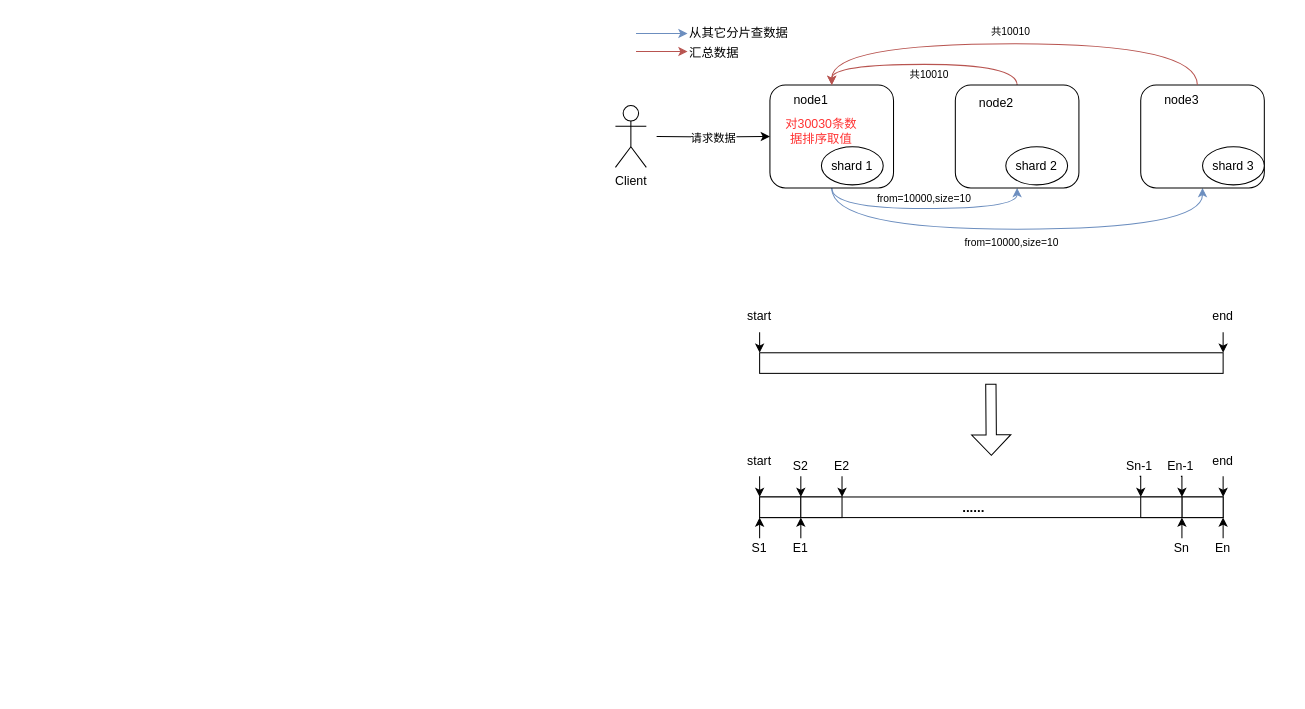
This is elasticsearch.drawio from zhufuyin/draw, a draw.io file, before an edit. Source tidied: cells renumbered, new cells numbered last; positions are measured from the earlier drawing's top-left corner, leaving out a move shared by most shapes. Both pictures are drawn from the tidied source at 103%, with x=0, y=0 at pixel (563, 18).
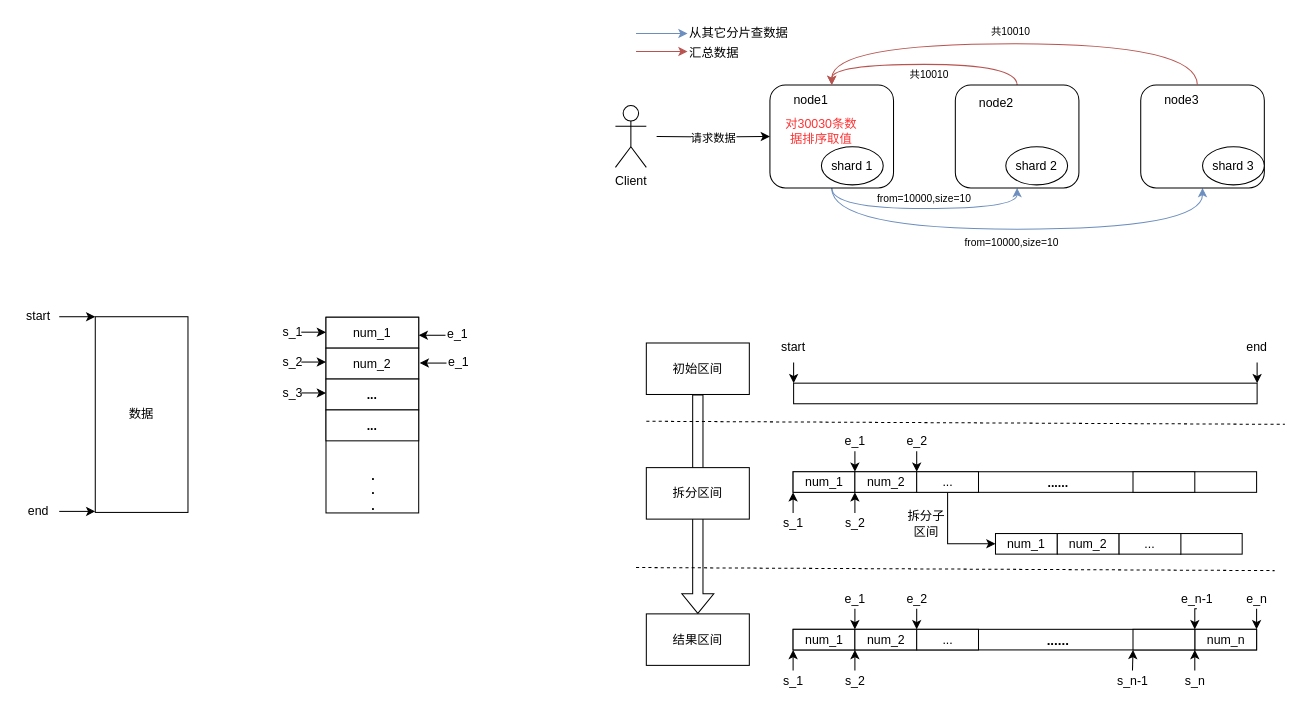
The same diagram, later.

Change to the diagram source:
```diff
@@
     <mxCell id="29" style="rounded=0;whiteSpace=wrap;html=1;" parent="1" vertex="1">
-      <mxGeometry x="190" y="325" width="450" height="20" as="geometry" />
+      <mxGeometry x="223" y="354.5" width="450" height="20" as="geometry" />
     </mxCell>
@@
     <mxCell id="31" value="start" style="text;html=1;strokeColor=none;fillColor=none;align=center;verticalAlign=middle;whiteSpace=wrap;rounded=0;" parent="1" vertex="1">
-      <mxGeometry x="160" y="275" width="60" height="30" as="geometry" />
+      <mxGeometry x="193" y="304.5" width="60" height="30" as="geometry" />
     </mxCell>
@@
     <mxCell id="33" value="end" style="text;html=1;strokeColor=none;fillColor=none;align=center;verticalAlign=middle;whiteSpace=wrap;rounded=0;" parent="1" vertex="1">
-      <mxGeometry x="610" y="275" width="60" height="30" as="geometry" />
+      <mxGeometry x="643" y="304.5" width="60" height="30" as="geometry" />
     </mxCell>
     <mxCell id="34" style="rounded=0;whiteSpace=wrap;html=1;" parent="1" vertex="1">
-      <mxGeometry x="190" y="465" width="450" height="20" as="geometry" />
+      <mxGeometry x="222.5" y="593.5" width="450" height="20" as="geometry" />
     </mxCell>
-    <mxCell id="35" style="edgeStyle=orthogonalEdgeStyle;rounded=0;jettySize=auto;html=1;exitX=0.5;exitY=1;exitDx=0;exitDy=0;entryX=0;entryY=0;entryDx=0;entryDy=0;" parent="1" edge="1" source="36" target="34">
-      <mxGeometry relative="1" as="geometry" />
-    </mxCell>
-    <mxCell id="36" value="start" style="text;html=1;strokeColor=none;fillColor=none;align=center;verticalAlign=middle;whiteSpace=wrap;rounded=0;" parent="1" vertex="1">
-      <mxGeometry x="160" y="415" width="60" height="30" as="geometry" />
-    </mxCell>
@@
-    <mxCell id="38" value="end" style="text;html=1;strokeColor=none;fillColor=none;align=center;verticalAlign=middle;whiteSpace=wrap;rounded=0;" parent="1" vertex="1">
-      <mxGeometry x="610" y="415" width="60" height="30" as="geometry" />
+    <mxCell id="38" value="e_n" style="text;html=1;strokeColor=none;fillColor=none;align=center;verticalAlign=middle;whiteSpace=wrap;rounded=0;" parent="1" vertex="1">
+      <mxGeometry x="642.5" y="553.5" width="60" height="20" as="geometry" />
     </mxCell>
-    <mxCell id="39" style="rounded=0;whiteSpace=wrap;html=1;" parent="1" vertex="1">
-      <mxGeometry x="190" y="465" width="40" height="20" as="geometry" />
+    <mxCell id="39" value="num_1" style="rounded=0;whiteSpace=wrap;html=1;" parent="1" vertex="1">
+      <mxGeometry x="222.5" y="593.5" width="60" height="20" as="geometry" />
     </mxCell>
@@
-    <mxCell id="41" value="S1" style="text;html=1;strokeColor=none;fillColor=none;align=center;verticalAlign=middle;whiteSpace=wrap;rounded=0;" parent="1" vertex="1">
-      <mxGeometry x="175" y="505" width="30" height="20" as="geometry" />
+    <mxCell id="41" value="s_1" style="text;html=1;strokeColor=none;fillColor=none;align=center;verticalAlign=middle;whiteSpace=wrap;rounded=0;" parent="1" vertex="1">
+      <mxGeometry x="207.5" y="633.5" width="30" height="20" as="geometry" />
     </mxCell>
     <mxCell id="42" style="edgeStyle=orthogonalEdgeStyle;rounded=0;jettySize=auto;html=1;exitX=0.5;exitY=0;exitDx=0;exitDy=0;entryX=0;entryY=1;entryDx=0;entryDy=0;" parent="1" edge="1" source="43">
       <mxGeometry relative="1" as="geometry">
-        <mxPoint x="230" y="485" as="targetPoint" />
+        <mxPoint x="282.5" y="613.5" as="targetPoint" />
       </mxGeometry>
     </mxCell>
-    <mxCell id="43" value="E1" style="text;html=1;strokeColor=none;fillColor=none;align=center;verticalAlign=middle;whiteSpace=wrap;rounded=0;" parent="1" vertex="1">
-      <mxGeometry x="215" y="505" width="30" height="20" as="geometry" />
+    <mxCell id="43" value="s_2" style="text;html=1;strokeColor=none;fillColor=none;align=center;verticalAlign=middle;whiteSpace=wrap;rounded=0;" parent="1" vertex="1">
+      <mxGeometry x="267.5" y="633.5" width="30" height="20" as="geometry" />
     </mxCell>
-    <mxCell id="44" style="rounded=0;whiteSpace=wrap;html=1;" parent="1" vertex="1">
-      <mxGeometry x="230" y="465" width="40" height="20" as="geometry" />
+    <mxCell id="44" value="num_2" style="rounded=0;whiteSpace=wrap;html=1;" parent="1" vertex="1">
+      <mxGeometry x="282.5" y="593.5" width="60" height="20" as="geometry" />
     </mxCell>
     <mxCell id="45" style="edgeStyle=orthogonalEdgeStyle;rounded=0;jettySize=auto;html=1;exitX=0.5;exitY=1;exitDx=0;exitDy=0;entryX=0;entryY=0;entryDx=0;entryDy=0;" parent="1" edge="1" source="46">
       <mxGeometry relative="1" as="geometry">
-        <mxPoint x="230" y="465" as="targetPoint" />
+        <mxPoint x="282.5" y="593.5" as="targetPoint" />
       </mxGeometry>
     </mxCell>
-    <mxCell id="46" value="S2" style="text;html=1;strokeColor=none;fillColor=none;align=center;verticalAlign=middle;whiteSpace=wrap;rounded=0;" parent="1" vertex="1">
-      <mxGeometry x="220" y="425" width="20" height="20" as="geometry" />
+    <mxCell id="46" value="e_1" style="text;html=1;strokeColor=none;fillColor=none;align=center;verticalAlign=middle;whiteSpace=wrap;rounded=0;" parent="1" vertex="1">
+      <mxGeometry x="272.5" y="553.5" width="20" height="20" as="geometry" />
     </mxCell>
     <mxCell id="47" style="edgeStyle=orthogonalEdgeStyle;rounded=0;jettySize=auto;html=1;exitX=0.5;exitY=1;exitDx=0;exitDy=0;entryX=0;entryY=0;entryDx=0;entryDy=0;" parent="1" edge="1" source="48">
       <mxGeometry relative="1" as="geometry">
-        <mxPoint x="270" y="465" as="targetPoint" />
+        <mxPoint x="342.5" y="593.5" as="targetPoint" />
       </mxGeometry>
     </mxCell>
-    <mxCell id="48" value="E2" style="text;html=1;strokeColor=none;fillColor=none;align=center;verticalAlign=middle;whiteSpace=wrap;rounded=0;" parent="1" vertex="1">
-      <mxGeometry x="260" y="425" width="20" height="20" as="geometry" />
+    <mxCell id="48" value="e_2" style="text;html=1;strokeColor=none;fillColor=none;align=center;verticalAlign=middle;whiteSpace=wrap;rounded=0;" parent="1" vertex="1">
+      <mxGeometry x="332.5" y="553.5" width="20" height="20" as="geometry" />
     </mxCell>
-    <mxCell id="49" style="rounded=0;whiteSpace=wrap;html=1;" parent="1" vertex="1">
-      <mxGeometry x="600" y="465" width="40" height="20" as="geometry" />
+    <mxCell id="49" value="num_n" style="rounded=0;whiteSpace=wrap;html=1;" parent="1" vertex="1">
+      <mxGeometry x="612.5" y="593.5" width="60" height="20" as="geometry" />
     </mxCell>
     <mxCell id="50" style="edgeStyle=orthogonalEdgeStyle;rounded=0;jettySize=auto;html=1;exitX=0.5;exitY=0;exitDx=0;exitDy=0;entryX=0;entryY=1;entryDx=0;entryDy=0;" parent="1" edge="1" source="51">
       <mxGeometry relative="1" as="geometry">
-        <mxPoint x="600" y="485" as="targetPoint" />
+        <mxPoint x="612.5" y="613.5" as="targetPoint" />
       </mxGeometry>
     </mxCell>
-    <mxCell id="51" value="Sn" style="text;html=1;strokeColor=none;fillColor=none;align=center;verticalAlign=middle;whiteSpace=wrap;rounded=0;" parent="1" vertex="1">
-      <mxGeometry x="585" y="505" width="30" height="20" as="geometry" />
+    <mxCell id="51" value="s_n" style="text;html=1;strokeColor=none;fillColor=none;align=center;verticalAlign=middle;whiteSpace=wrap;rounded=0;" parent="1" vertex="1">
+      <mxGeometry x="597.5" y="633.5" width="30" height="20" as="geometry" />
     </mxCell>
-    <mxCell id="52" style="edgeStyle=orthogonalEdgeStyle;rounded=0;jettySize=auto;html=1;exitX=0.5;exitY=0;exitDx=0;exitDy=0;entryX=0;entryY=1;entryDx=0;entryDy=0;" parent="1" edge="1" source="53">
-      <mxGeometry relative="1" as="geometry">
-        <mxPoint x="640" y="485" as="targetPoint" />
-      </mxGeometry>
-    </mxCell>
-    <mxCell id="53" value="En" style="text;html=1;strokeColor=none;fillColor=none;align=center;verticalAlign=middle;whiteSpace=wrap;rounded=0;" parent="1" vertex="1">
-      <mxGeometry x="625" y="505" width="30" height="20" as="geometry" />
-    </mxCell>
     <mxCell id="54" value="&lt;b&gt;......&lt;/b&gt;" style="text;html=1;strokeColor=none;fillColor=none;align=center;verticalAlign=middle;whiteSpace=wrap;rounded=0;fontSize=13;" parent="1" vertex="1">
-      <mxGeometry x="368" y="460" width="60" height="30" as="geometry" />
+      <mxGeometry x="450" y="588.5" width="60" height="30" as="geometry" />
     </mxCell>
-    <mxCell id="55" style="shape=flexArrow;endArrow=classic;html=1;rounded=0;endWidth=27;endSize=6.27;" parent="1" edge="1">
-      <mxGeometry relative="1" as="geometry">
-        <mxPoint x="414.5" y="355" as="sourcePoint" />
-        <mxPoint x="415" y="425" as="targetPoint" />
-      </mxGeometry>
-    </mxCell>
     <mxCell id="56" style="edgeStyle=orthogonalEdgeStyle;rounded=0;jettySize=auto;html=1;exitX=0.5;exitY=1;exitDx=0;exitDy=0;entryX=0;entryY=0;entryDx=0;entryDy=0;" parent="1" edge="1" source="57">
       <mxGeometry relative="1" as="geometry">
-        <mxPoint x="600" y="465" as="targetPoint" />
+        <mxPoint x="612.5" y="593.5" as="targetPoint" />
       </mxGeometry>
     </mxCell>
-    <mxCell id="57" value="En-1" style="text;html=1;strokeColor=none;fillColor=none;align=center;verticalAlign=middle;whiteSpace=wrap;rounded=0;" parent="1" vertex="1">
-      <mxGeometry x="584" y="425" width="30" height="20" as="geometry" />
+    <mxCell id="57" value="e_n-1" style="text;html=1;strokeColor=none;fillColor=none;align=center;verticalAlign=middle;whiteSpace=wrap;rounded=0;" parent="1" vertex="1">
+      <mxGeometry x="596.5" y="553.5" width="36" height="20" as="geometry" />
     </mxCell>
     <mxCell id="58" style="rounded=0;whiteSpace=wrap;html=1;" parent="1" vertex="1">
-      <mxGeometry x="560" y="465" width="40" height="20" as="geometry" />
+      <mxGeometry x="552.5" y="593.5" width="60" height="20" as="geometry" />
     </mxCell>
-    <mxCell id="59" style="edgeStyle=orthogonalEdgeStyle;rounded=0;jettySize=auto;html=1;exitX=0.5;exitY=1;exitDx=0;exitDy=0;entryX=0;entryY=0;entryDx=0;entryDy=0;" parent="1" edge="1" source="60">
-      <mxGeometry relative="1" as="geometry">
-        <mxPoint x="560" y="465" as="targetPoint" />
-      </mxGeometry>
-    </mxCell>
-    <mxCell id="60" value="Sn-1" style="text;html=1;strokeColor=none;fillColor=none;align=center;verticalAlign=middle;whiteSpace=wrap;rounded=0;" parent="1" vertex="1">
-      <mxGeometry x="544" y="425" width="30" height="20" as="geometry" />
-    </mxCell>
+    <mxCell id="61" value="数据" style="rounded=0;whiteSpace=wrap;html=1;" parent="1" vertex="1">
+      <mxGeometry x="-455" y="290" width="90" height="190" as="geometry" />
+    </mxCell>
+    <mxCell id="62" style="edgeStyle=orthogonalEdgeStyle;rounded=0;jettySize=auto;html=1;exitX=1;exitY=0.5;exitDx=0;exitDy=0;entryX=0;entryY=0;entryDx=0;entryDy=0;" parent="1" edge="1" source="36" target="61">
+      <mxGeometry relative="1" as="geometry" />
+    </mxCell>
+    <mxCell id="36" value="start" style="text;html=1;strokeColor=none;fillColor=none;align=center;verticalAlign=middle;whiteSpace=wrap;rounded=0;" parent="1" vertex="1">
+      <mxGeometry x="-530" y="275" width="40" height="30" as="geometry" />
+    </mxCell>
+    <mxCell id="63" style="edgeStyle=orthogonalEdgeStyle;rounded=0;jettySize=auto;html=1;exitX=1;exitY=0.5;exitDx=0;exitDy=0;entryX=0;entryY=0;entryDx=0;entryDy=0;" parent="1" edge="1" source="64">
+      <mxGeometry relative="1" as="geometry">
+        <mxPoint x="-455" y="479" as="targetPoint" />
+      </mxGeometry>
+    </mxCell>
+    <mxCell id="64" value="end" style="text;html=1;strokeColor=none;fillColor=none;align=center;verticalAlign=middle;whiteSpace=wrap;rounded=0;" parent="1" vertex="1">
+      <mxGeometry x="-530" y="464" width="40" height="30" as="geometry" />
+    </mxCell>
+    <mxCell id="65" style="rounded=0;whiteSpace=wrap;html=1;" parent="1" vertex="1">
+      <mxGeometry x="-231" y="290.5" width="90" height="190" as="geometry" />
+    </mxCell>
+    <mxCell id="66" value="num_1" style="rounded=0;whiteSpace=wrap;html=1;" parent="1" vertex="1">
+      <mxGeometry x="-231" y="290.5" width="90" height="30" as="geometry" />
+    </mxCell>
+    <mxCell id="67" value="e_1" style="text;html=1;strokeColor=none;fillColor=none;align=center;verticalAlign=middle;whiteSpace=wrap;rounded=0;" parent="1" vertex="1">
+      <mxGeometry x="-115" y="297" width="24" height="20" as="geometry" />
+    </mxCell>
+    <mxCell id="68" style="edgeStyle=orthogonalEdgeStyle;rounded=0;orthogonalLoop=1;jettySize=auto;html=1;entryX=1;entryY=0.118;entryDx=0;entryDy=0;entryPerimeter=0;" parent="1" edge="1">
+      <mxGeometry relative="1" as="geometry">
+        <mxPoint x="-115" y="308" as="sourcePoint" />
+        <mxPoint x="-141" y="307.9" as="targetPoint" />
+      </mxGeometry>
+    </mxCell>
+    <mxCell id="69" value="num_2" style="rounded=0;whiteSpace=wrap;html=1;" parent="1" vertex="1">
+      <mxGeometry x="-231" y="320.5" width="90" height="30" as="geometry" />
+    </mxCell>
+    <mxCell id="70" value="..." style="rounded=0;whiteSpace=wrap;html=1;fontStyle=1;" parent="1" vertex="1">
+      <mxGeometry x="-231" y="350.5" width="90" height="30" as="geometry" />
+    </mxCell>
+    <mxCell id="71" value=".&lt;br&gt;.&lt;br&gt;." style="text;html=1;strokeColor=none;fillColor=none;align=center;verticalAlign=middle;whiteSpace=wrap;rounded=0;fontStyle=1;" parent="1" vertex="1">
+      <mxGeometry x="-215" y="444" width="60" height="30" as="geometry" />
+    </mxCell>
+    <mxCell id="72" value="..." style="rounded=0;whiteSpace=wrap;html=1;fontStyle=1;" parent="1" vertex="1">
+      <mxGeometry x="-231" y="380.5" width="90" height="30" as="geometry" />
+    </mxCell>
+    <mxCell id="73" style="edgeStyle=orthogonalEdgeStyle;rounded=0;orthogonalLoop=1;jettySize=auto;html=1;entryX=0;entryY=0;entryDx=0;entryDy=0;jumpSize=4;" parent="1" edge="1">
+      <mxGeometry relative="1" as="geometry">
+        <mxPoint x="-255" y="305" as="sourcePoint" />
+        <mxPoint x="-231" y="304.5" as="targetPoint" />
+      </mxGeometry>
+    </mxCell>
+    <mxCell id="74" value="s_1" style="text;html=1;strokeColor=none;fillColor=none;align=center;verticalAlign=middle;whiteSpace=wrap;rounded=0;" parent="1" vertex="1">
+      <mxGeometry x="-275" y="289.5" width="24" height="30" as="geometry" />
+    </mxCell>
+    <mxCell id="75" style="edgeStyle=orthogonalEdgeStyle;rounded=0;orthogonalLoop=1;jettySize=auto;html=1;entryX=0;entryY=0;entryDx=0;entryDy=0;jumpSize=4;" parent="1" edge="1">
+      <mxGeometry relative="1" as="geometry">
+        <mxPoint x="-255" y="334" as="sourcePoint" />
+        <mxPoint x="-231" y="334" as="targetPoint" />
+      </mxGeometry>
+    </mxCell>
+    <mxCell id="76" value="s_2" style="text;html=1;strokeColor=none;fillColor=none;align=center;verticalAlign=middle;whiteSpace=wrap;rounded=0;" parent="1" vertex="1">
+      <mxGeometry x="-275" y="318.5" width="24" height="30" as="geometry" />
+    </mxCell>
+    <mxCell id="77" style="edgeStyle=orthogonalEdgeStyle;rounded=0;orthogonalLoop=1;jettySize=auto;html=1;entryX=0;entryY=0;entryDx=0;entryDy=0;jumpSize=4;" parent="1" edge="1">
+      <mxGeometry relative="1" as="geometry">
+        <mxPoint x="-255" y="364" as="sourcePoint" />
+        <mxPoint x="-231" y="364" as="targetPoint" />
+      </mxGeometry>
+    </mxCell>
+    <mxCell id="78" value="s_3" style="text;html=1;strokeColor=none;fillColor=none;align=center;verticalAlign=middle;whiteSpace=wrap;rounded=0;" parent="1" vertex="1">
+      <mxGeometry x="-275" y="348.5" width="24" height="30" as="geometry" />
+    </mxCell>
+    <mxCell id="79" value="e_1" style="text;html=1;strokeColor=none;fillColor=none;align=center;verticalAlign=middle;whiteSpace=wrap;rounded=0;" parent="1" vertex="1">
+      <mxGeometry x="-114" y="324" width="24" height="20" as="geometry" />
+    </mxCell>
+    <mxCell id="80" style="edgeStyle=orthogonalEdgeStyle;rounded=0;orthogonalLoop=1;jettySize=auto;html=1;entryX=1;entryY=0.118;entryDx=0;entryDy=0;entryPerimeter=0;" parent="1" edge="1">
+      <mxGeometry relative="1" as="geometry">
+        <mxPoint x="-114" y="335" as="sourcePoint" />
+        <mxPoint x="-140" y="334.9" as="targetPoint" />
+      </mxGeometry>
+    </mxCell>
+    <mxCell id="81" style="edgeStyle=orthogonalEdgeStyle;rounded=0;jettySize=auto;html=1;exitX=0.5;exitY=0;exitDx=0;exitDy=0;entryX=0;entryY=1;entryDx=0;entryDy=0;" parent="1" edge="1" source="82">
+      <mxGeometry relative="1" as="geometry">
+        <mxPoint x="552.5" y="613.5" as="targetPoint" />
+      </mxGeometry>
+    </mxCell>
+    <mxCell id="82" value="s_n-1" style="text;html=1;strokeColor=none;fillColor=none;align=center;verticalAlign=middle;whiteSpace=wrap;rounded=0;" parent="1" vertex="1">
+      <mxGeometry x="534.5" y="633.5" width="35" height="20" as="geometry" />
+    </mxCell>
+    <mxCell id="83" style="rounded=0;whiteSpace=wrap;html=1;" parent="1" vertex="1">
+      <mxGeometry x="222.5" y="440.5" width="450" height="20" as="geometry" />
+    </mxCell>
+    <mxCell id="84" value="num_1" style="rounded=0;whiteSpace=wrap;html=1;" parent="1" vertex="1">
+      <mxGeometry x="222.5" y="440.5" width="60" height="20" as="geometry" />
+    </mxCell>
+    <mxCell id="85" style="edgeStyle=orthogonalEdgeStyle;rounded=0;jettySize=auto;html=1;exitX=0.5;exitY=0;exitDx=0;exitDy=0;entryX=0;entryY=1;entryDx=0;entryDy=0;" parent="1" edge="1" source="86" target="84">
+      <mxGeometry relative="1" as="geometry" />
+    </mxCell>
+    <mxCell id="86" value="s_1" style="text;html=1;strokeColor=none;fillColor=none;align=center;verticalAlign=middle;whiteSpace=wrap;rounded=0;" parent="1" vertex="1">
+      <mxGeometry x="207.5" y="480.5" width="30" height="20" as="geometry" />
+    </mxCell>
+    <mxCell id="87" style="edgeStyle=orthogonalEdgeStyle;rounded=0;jettySize=auto;html=1;exitX=0.5;exitY=0;exitDx=0;exitDy=0;entryX=0;entryY=1;entryDx=0;entryDy=0;" parent="1" edge="1" source="88">
+      <mxGeometry relative="1" as="geometry">
+        <mxPoint x="282.5" y="460.5" as="targetPoint" />
+      </mxGeometry>
+    </mxCell>
+    <mxCell id="88" value="s_2" style="text;html=1;strokeColor=none;fillColor=none;align=center;verticalAlign=middle;whiteSpace=wrap;rounded=0;" parent="1" vertex="1">
+      <mxGeometry x="267.5" y="480.5" width="30" height="20" as="geometry" />
+    </mxCell>
+    <mxCell id="89" value="num_2" style="rounded=0;whiteSpace=wrap;html=1;" parent="1" vertex="1">
+      <mxGeometry x="282.5" y="440.5" width="60" height="20" as="geometry" />
+    </mxCell>
+    <mxCell id="90" style="edgeStyle=orthogonalEdgeStyle;rounded=0;jettySize=auto;html=1;exitX=0.5;exitY=1;exitDx=0;exitDy=0;entryX=0;entryY=0;entryDx=0;entryDy=0;" parent="1" edge="1" source="91">
+      <mxGeometry relative="1" as="geometry">
+        <mxPoint x="282.5" y="440.5" as="targetPoint" />
+      </mxGeometry>
+    </mxCell>
+    <mxCell id="91" value="e_1" style="text;html=1;strokeColor=none;fillColor=none;align=center;verticalAlign=middle;whiteSpace=wrap;rounded=0;" parent="1" vertex="1">
+      <mxGeometry x="272.5" y="400.5" width="20" height="20" as="geometry" />
+    </mxCell>
+    <mxCell id="92" style="edgeStyle=orthogonalEdgeStyle;rounded=0;jettySize=auto;html=1;exitX=0.5;exitY=1;exitDx=0;exitDy=0;entryX=0;entryY=0;entryDx=0;entryDy=0;" parent="1" edge="1" source="93">
+      <mxGeometry relative="1" as="geometry">
+        <mxPoint x="342.5" y="440.5" as="targetPoint" />
+      </mxGeometry>
+    </mxCell>
+    <mxCell id="93" value="e_2" style="text;html=1;strokeColor=none;fillColor=none;align=center;verticalAlign=middle;whiteSpace=wrap;rounded=0;" parent="1" vertex="1">
+      <mxGeometry x="332.5" y="400.5" width="20" height="20" as="geometry" />
+    </mxCell>
+    <mxCell id="94" value="&lt;b style=&quot;font-size: 12px;&quot;&gt;......&lt;/b&gt;" style="text;html=1;strokeColor=none;fillColor=none;align=center;verticalAlign=middle;whiteSpace=wrap;rounded=0;fontSize=12;" parent="1" vertex="1">
+      <mxGeometry x="450" y="436.5" width="60" height="30" as="geometry" />
+    </mxCell>
+    <mxCell id="95" style="rounded=0;whiteSpace=wrap;html=1;" parent="1" vertex="1">
+      <mxGeometry x="552.5" y="440.5" width="60" height="20" as="geometry" />
+    </mxCell>
+    <mxCell id="96" style="edgeStyle=orthogonalEdgeStyle;rounded=0;jettySize=auto;html=1;exitX=0.5;exitY=1;exitDx=0;exitDy=0;entryX=0;entryY=0.5;entryDx=0;entryDy=0;" parent="1" edge="1" source="97" target="98">
+      <mxGeometry relative="1" as="geometry" />
+    </mxCell>
+    <mxCell id="97" value="..." style="rounded=0;whiteSpace=wrap;html=1;" parent="1" vertex="1">
+      <mxGeometry x="342.5" y="440.5" width="60" height="20" as="geometry" />
+    </mxCell>
+    <mxCell id="98" value="num_1" style="rounded=0;whiteSpace=wrap;html=1;" parent="1" vertex="1">
+      <mxGeometry x="419" y="500.5" width="60" height="20" as="geometry" />
+    </mxCell>
+    <mxCell id="99" value="num_2" style="rounded=0;whiteSpace=wrap;html=1;" parent="1" vertex="1">
+      <mxGeometry x="479" y="500.5" width="60" height="20" as="geometry" />
+    </mxCell>
+    <mxCell id="100" style="rounded=0;whiteSpace=wrap;html=1;" parent="1" vertex="1">
+      <mxGeometry x="598.5" y="500.5" width="60" height="20" as="geometry" />
+    </mxCell>
+    <mxCell id="101" value="..." style="rounded=0;whiteSpace=wrap;html=1;" parent="1" vertex="1">
+      <mxGeometry x="539" y="500.5" width="60" height="20" as="geometry" />
+    </mxCell>
+    <mxCell id="102" value="..." style="rounded=0;whiteSpace=wrap;html=1;" parent="1" vertex="1">
+      <mxGeometry x="342.5" y="593.5" width="60" height="20" as="geometry" />
+    </mxCell>
+    <mxCell id="103" value="拆分子区间" style="text;html=1;strokeColor=none;fillColor=none;align=center;verticalAlign=middle;whiteSpace=wrap;rounded=0;" parent="1" vertex="1">
+      <mxGeometry x="332" y="475.5" width="40" height="30" as="geometry" />
+    </mxCell>
+    <mxCell id="104" style="edgeStyle=orthogonalEdgeStyle;rounded=0;jettySize=auto;html=1;exitX=0.5;exitY=1;exitDx=0;exitDy=0;entryX=0.5;entryY=0;entryDx=0;entryDy=0;shape=flexArrow;" parent="1" edge="1" source="105" target="107">
+      <mxGeometry relative="1" as="geometry" />
+    </mxCell>
+    <mxCell id="105" value="初始区间" style="rounded=0;whiteSpace=wrap;html=1;" parent="1" vertex="1">
+      <mxGeometry x="80" y="315.5" width="100" height="50" as="geometry" />
+    </mxCell>
+    <mxCell id="106" value="拆分区间" style="rounded=0;whiteSpace=wrap;html=1;" parent="1" vertex="1">
+      <mxGeometry x="80" y="436.5" width="100" height="50" as="geometry" />
+    </mxCell>
+    <mxCell id="107" value="结果区间" style="rounded=0;whiteSpace=wrap;html=1;" parent="1" vertex="1">
+      <mxGeometry x="80" y="578.5" width="100" height="50" as="geometry" />
+    </mxCell>
+    <mxCell id="108" style="endArrow=none;html=1;rounded=0;dashed=1;" parent="1" edge="1">
+      <mxGeometry relative="1" as="geometry">
+        <mxPoint x="80" y="391.5" as="sourcePoint" />
+        <mxPoint x="700" y="394.5" as="targetPoint" />
+      </mxGeometry>
+    </mxCell>
+    <mxCell id="109" style="endArrow=none;html=1;rounded=0;dashed=1;" parent="1" edge="1">
+      <mxGeometry relative="1" as="geometry">
+        <mxPoint x="70" y="533.5" as="sourcePoint" />
+        <mxPoint x="690" y="536.5" as="targetPoint" />
+      </mxGeometry>
+    </mxCell>
```
